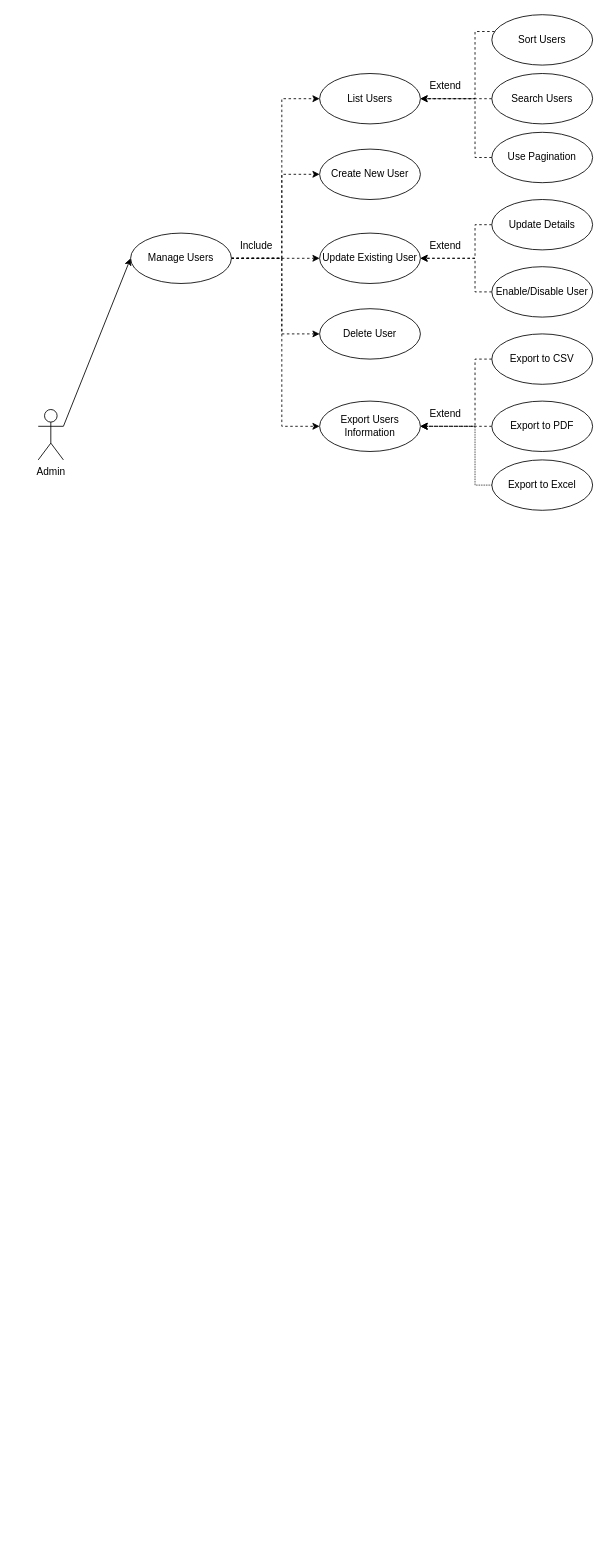
Earlier version of the draw.io diagram page "Admin" (2 of 3) of 03-Solution Design/02-Use Case, Classes, Database/Use Case.drawio (jiangchufeng/Conversion-Final-Project-Spring-Boot-Online-Shopping-Website). Source tidied: cells renumbered, new cells numbered last; positions are measured from the earlier drawing's top-left corner, leaving out a move shared by most shapes. Both pictures are drawn from the tidied source at 84%, with x=0, y=0 at pixel (38, 14).
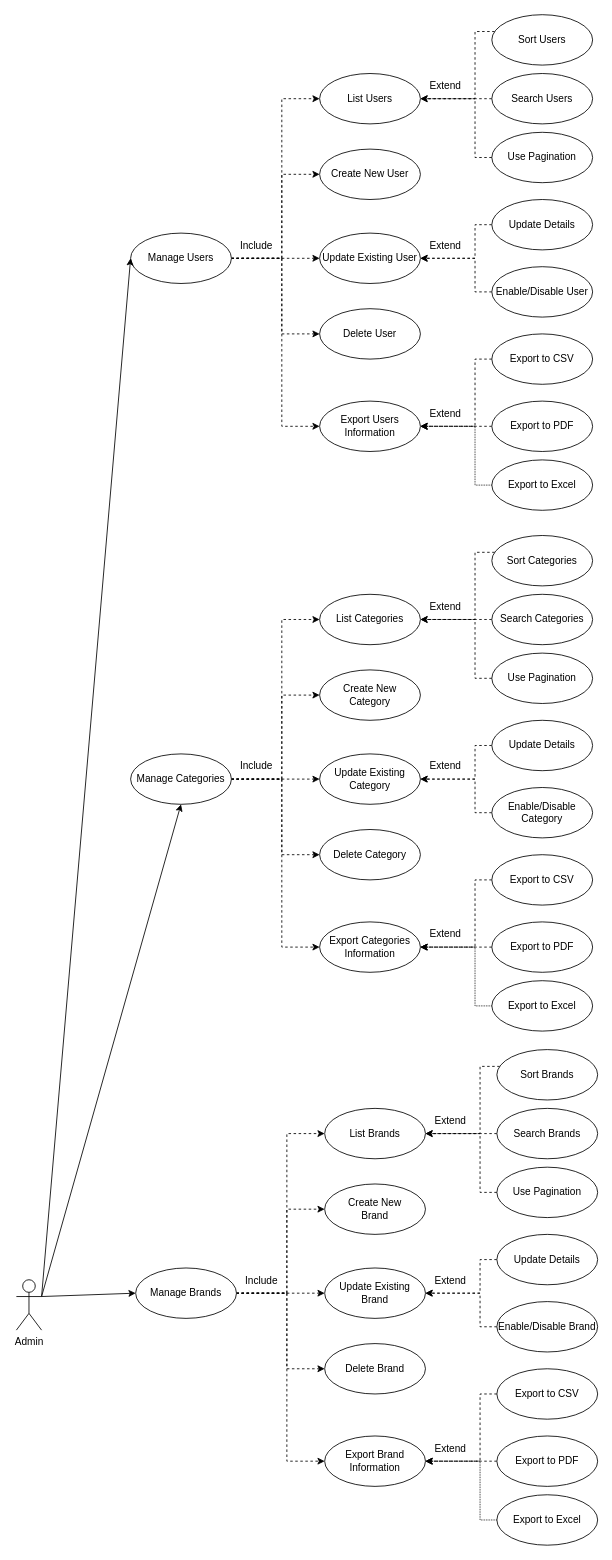
Above is the later version.

Change to the diagram source:
```diff
@@
     <mxCell id="2" value="Admin" style="shape=umlActor;html=1;verticalLabelPosition=bottom;verticalAlign=top;align=center;" parent="1" vertex="1">
-      <mxGeometry y="470" width="30" height="60" as="geometry" />
+      <mxGeometry x="-26" y="1506" width="30" height="60" as="geometry" />
     </mxCell>
@@
+    <mxCell id="35" style="edgeStyle=orthogonalEdgeStyle;rounded=0;jettySize=auto;html=1;entryX=0;entryY=0.5;entryDx=0;entryDy=0;dashed=1;" parent="1" edge="1" source="40" target="42">
+      <mxGeometry relative="1" as="geometry">
+        <Array as="points">
+          <mxPoint x="290" y="910" />
+          <mxPoint x="290" y="720" />
+        </Array>
+      </mxGeometry>
+    </mxCell>
+    <mxCell id="36" style="edgeStyle=orthogonalEdgeStyle;rounded=0;jettySize=auto;html=1;entryX=0;entryY=0.5;entryDx=0;entryDy=0;dashed=1;" parent="1" edge="1" source="40" target="48">
+      <mxGeometry relative="1" as="geometry">
+        <Array as="points">
+          <mxPoint x="290" y="910" />
+          <mxPoint x="290" y="810" />
+        </Array>
+      </mxGeometry>
+    </mxCell>
+    <mxCell id="37" style="edgeStyle=orthogonalEdgeStyle;rounded=0;jettySize=auto;html=1;entryX=0;entryY=0.5;entryDx=0;entryDy=0;dashed=1;" parent="1" edge="1" source="40" target="49">
+      <mxGeometry relative="1" as="geometry" />
+    </mxCell>
+    <mxCell id="38" style="edgeStyle=orthogonalEdgeStyle;rounded=0;jettySize=auto;html=1;entryX=0;entryY=0.5;entryDx=0;entryDy=0;dashed=1;" parent="1" edge="1" source="40" target="41">
+      <mxGeometry relative="1" as="geometry">
+        <Array as="points">
+          <mxPoint x="290" y="910" />
+          <mxPoint x="290" y="1000" />
+        </Array>
+      </mxGeometry>
+    </mxCell>
+    <mxCell id="39" style="edgeStyle=orthogonalEdgeStyle;rounded=0;jettySize=auto;html=1;entryX=0;entryY=0.5;entryDx=0;entryDy=0;dashed=1;" parent="1" edge="1" source="40" target="54">
+      <mxGeometry relative="1" as="geometry">
+        <Array as="points">
+          <mxPoint x="290" y="910" />
+          <mxPoint x="290" y="1110" />
+        </Array>
+      </mxGeometry>
+    </mxCell>
+    <mxCell id="40" value="Manage Categories" style="shape=ellipse;html=1;strokeWidth=1;fontStyle=0;whiteSpace=wrap;align=center;perimeter=ellipsePerimeter;" parent="1" vertex="1">
+      <mxGeometry x="110" y="880" width="120" height="60" as="geometry" />
+    </mxCell>
+    <mxCell id="41" value="&lt;div&gt;Delete Category&lt;/div&gt;" style="shape=ellipse;html=1;strokeWidth=1;fontStyle=0;whiteSpace=wrap;align=center;perimeter=ellipsePerimeter;" parent="1" vertex="1">
+      <mxGeometry x="335" y="970" width="120" height="60" as="geometry" />
+    </mxCell>
+    <mxCell id="42" value="&lt;div&gt;List Categories&lt;/div&gt;" style="shape=ellipse;html=1;strokeWidth=1;fontStyle=0;whiteSpace=wrap;align=center;perimeter=ellipsePerimeter;" parent="1" vertex="1">
+      <mxGeometry x="335" y="690" width="120" height="60" as="geometry" />
+    </mxCell>
+    <mxCell id="43" style="edgeStyle=orthogonalEdgeStyle;rounded=0;jettySize=auto;html=1;entryX=1;entryY=0.5;entryDx=0;entryDy=0;dashed=1;" parent="1" edge="1" source="44" target="42">
+      <mxGeometry relative="1" as="geometry">
+        <Array as="points">
+          <mxPoint x="520" y="640" />
+          <mxPoint x="520" y="720" />
+        </Array>
+      </mxGeometry>
+    </mxCell>
+    <mxCell id="44" value="&lt;div&gt;Sort Categories&lt;/div&gt;" style="shape=ellipse;html=1;strokeWidth=1;fontStyle=0;whiteSpace=wrap;align=center;perimeter=ellipsePerimeter;" parent="1" vertex="1">
+      <mxGeometry x="540" y="620" width="120" height="60" as="geometry" />
+    </mxCell>
+    <mxCell id="45" style="edgeStyle=orthogonalEdgeStyle;rounded=0;jettySize=auto;html=1;entryX=1;entryY=0.5;entryDx=0;entryDy=0;dashed=1;" parent="1" edge="1" source="46" target="42">
+      <mxGeometry relative="1" as="geometry" />
+    </mxCell>
+    <mxCell id="46" value="&lt;div&gt;Search Categories&lt;/div&gt;" style="shape=ellipse;html=1;strokeWidth=1;fontStyle=0;whiteSpace=wrap;align=center;perimeter=ellipsePerimeter;" parent="1" vertex="1">
+      <mxGeometry x="540" y="690" width="120" height="60" as="geometry" />
+    </mxCell>
+    <mxCell id="47" value="Use Pagination" style="shape=ellipse;html=1;strokeWidth=1;fontStyle=0;whiteSpace=wrap;align=center;perimeter=ellipsePerimeter;" parent="1" vertex="1">
+      <mxGeometry x="540" y="760" width="120" height="60" as="geometry" />
+    </mxCell>
+    <mxCell id="48" value="&lt;div&gt;Create New &lt;br&gt;&lt;/div&gt;&lt;div&gt;Category&lt;/div&gt;" style="shape=ellipse;html=1;strokeWidth=1;fontStyle=0;whiteSpace=wrap;align=center;perimeter=ellipsePerimeter;" parent="1" vertex="1">
+      <mxGeometry x="335" y="780" width="120" height="60" as="geometry" />
+    </mxCell>
+    <mxCell id="49" value="&lt;div&gt;Update Existing Category&lt;/div&gt;" style="shape=ellipse;html=1;strokeWidth=1;fontStyle=0;whiteSpace=wrap;align=center;perimeter=ellipsePerimeter;" parent="1" vertex="1">
+      <mxGeometry x="335" y="880" width="120" height="60" as="geometry" />
+    </mxCell>
+    <mxCell id="50" style="edgeStyle=orthogonalEdgeStyle;rounded=0;jettySize=auto;html=1;entryX=1;entryY=0.5;entryDx=0;entryDy=0;dashed=1;" parent="1" edge="1" source="51" target="49">
+      <mxGeometry relative="1" as="geometry">
+        <Array as="points">
+          <mxPoint x="520" y="870" />
+          <mxPoint x="520" y="910" />
+        </Array>
+      </mxGeometry>
+    </mxCell>
+    <mxCell id="51" value="Update Details" style="shape=ellipse;html=1;strokeWidth=1;fontStyle=0;whiteSpace=wrap;align=center;perimeter=ellipsePerimeter;" parent="1" vertex="1">
+      <mxGeometry x="540" y="840" width="120" height="60" as="geometry" />
+    </mxCell>
+    <mxCell id="52" style="edgeStyle=orthogonalEdgeStyle;rounded=0;jettySize=auto;html=1;entryX=1;entryY=0.5;entryDx=0;entryDy=0;dashed=1;" parent="1" edge="1" source="53" target="49">
+      <mxGeometry relative="1" as="geometry">
+        <Array as="points">
+          <mxPoint x="520" y="950" />
+          <mxPoint x="520" y="910" />
+        </Array>
+      </mxGeometry>
+    </mxCell>
+    <mxCell id="53" value="Enable/Disable Category" style="shape=ellipse;html=1;strokeWidth=1;fontStyle=0;whiteSpace=wrap;align=center;perimeter=ellipsePerimeter;" parent="1" vertex="1">
+      <mxGeometry x="540" y="920" width="120" height="60" as="geometry" />
+    </mxCell>
+    <mxCell id="54" value="Export Categories Information" style="shape=ellipse;html=1;strokeWidth=1;fontStyle=0;whiteSpace=wrap;align=center;perimeter=ellipsePerimeter;" parent="1" vertex="1">
+      <mxGeometry x="335" y="1080" width="120" height="60" as="geometry" />
+    </mxCell>
+    <mxCell id="55" style="edgeStyle=orthogonalEdgeStyle;rounded=0;jettySize=auto;html=1;entryX=1;entryY=0.5;entryDx=0;entryDy=0;dashed=1;" parent="1" edge="1" source="56" target="54">
+      <mxGeometry relative="1" as="geometry">
+        <Array as="points">
+          <mxPoint x="520" y="1030" />
+          <mxPoint x="520" y="1110" />
+        </Array>
+      </mxGeometry>
+    </mxCell>
+    <mxCell id="56" value="Export to CSV" style="shape=ellipse;html=1;strokeWidth=1;fontStyle=0;whiteSpace=wrap;align=center;perimeter=ellipsePerimeter;" parent="1" vertex="1">
+      <mxGeometry x="540" y="1000" width="120" height="60" as="geometry" />
+    </mxCell>
+    <mxCell id="57" style="edgeStyle=orthogonalEdgeStyle;rounded=0;jettySize=auto;html=1;entryX=1;entryY=0.5;entryDx=0;entryDy=0;dashed=1;" parent="1" edge="1" source="58" target="54">
+      <mxGeometry relative="1" as="geometry">
+        <Array as="points">
+          <mxPoint x="490" y="1110" />
+          <mxPoint x="490" y="1110" />
+        </Array>
+      </mxGeometry>
+    </mxCell>
+    <mxCell id="58" value="Export to PDF" style="shape=ellipse;html=1;strokeWidth=1;fontStyle=0;whiteSpace=wrap;align=center;perimeter=ellipsePerimeter;" parent="1" vertex="1">
+      <mxGeometry x="540" y="1080" width="120" height="60" as="geometry" />
+    </mxCell>
+    <mxCell id="59" style="edgeStyle=orthogonalEdgeStyle;rounded=0;jettySize=auto;html=1;entryX=1;entryY=0.5;entryDx=0;entryDy=0;dashed=1;dashPattern=1 1;" parent="1" edge="1" source="60" target="54">
+      <mxGeometry relative="1" as="geometry">
+        <Array as="points">
+          <mxPoint x="520" y="1180" />
+          <mxPoint x="520" y="1110" />
+        </Array>
+      </mxGeometry>
+    </mxCell>
+    <mxCell id="60" value="Export to Excel" style="shape=ellipse;html=1;strokeWidth=1;fontStyle=0;whiteSpace=wrap;align=center;perimeter=ellipsePerimeter;" parent="1" vertex="1">
+      <mxGeometry x="540" y="1150" width="120" height="60" as="geometry" />
+    </mxCell>
+    <mxCell id="61" value="Include" style="text;html=1;strokeColor=none;fillColor=none;align=center;verticalAlign=middle;whiteSpace=wrap;rounded=0;" parent="1" vertex="1">
+      <mxGeometry x="230" y="880" width="60" height="30" as="geometry" />
+    </mxCell>
+    <mxCell id="62" value="Extend" style="text;html=1;strokeColor=none;fillColor=none;align=center;verticalAlign=middle;whiteSpace=wrap;rounded=0;" parent="1" vertex="1">
+      <mxGeometry x="455" y="690" width="60" height="30" as="geometry" />
+    </mxCell>
+    <mxCell id="63" style="edgeStyle=orthogonalEdgeStyle;rounded=0;jettySize=auto;html=1;dashed=1;endArrow=none;" parent="1" edge="1" source="47">
+      <mxGeometry relative="1" as="geometry">
+        <mxPoint x="460" y="720" as="targetPoint" />
+        <Array as="points">
+          <mxPoint x="520" y="790" />
+          <mxPoint x="520" y="720" />
+        </Array>
+      </mxGeometry>
+    </mxCell>
+    <mxCell id="64" value="Extend" style="text;html=1;strokeColor=none;fillColor=none;align=center;verticalAlign=middle;whiteSpace=wrap;rounded=0;" parent="1" vertex="1">
+      <mxGeometry x="455" y="880" width="60" height="30" as="geometry" />
+    </mxCell>
+    <mxCell id="65" value="Extend" style="text;html=1;strokeColor=none;fillColor=none;align=center;verticalAlign=middle;whiteSpace=wrap;rounded=0;" parent="1" vertex="1">
+      <mxGeometry x="455" y="1080" width="60" height="30" as="geometry" />
+    </mxCell>
+    <mxCell id="66" style="edgeStyle=orthogonalEdgeStyle;rounded=0;jettySize=auto;html=1;entryX=0;entryY=0.5;entryDx=0;entryDy=0;dashed=1;" parent="1" edge="1" source="71" target="73">
+      <mxGeometry relative="1" as="geometry">
+        <Array as="points">
+          <mxPoint x="296" y="1522" />
+          <mxPoint x="296" y="1332" />
+        </Array>
+      </mxGeometry>
+    </mxCell>
+    <mxCell id="67" style="edgeStyle=orthogonalEdgeStyle;rounded=0;jettySize=auto;html=1;entryX=0;entryY=0.5;entryDx=0;entryDy=0;dashed=1;" parent="1" edge="1" source="71" target="79">
+      <mxGeometry relative="1" as="geometry">
+        <Array as="points">
+          <mxPoint x="296" y="1522" />
+          <mxPoint x="296" y="1422" />
+        </Array>
+      </mxGeometry>
+    </mxCell>
+    <mxCell id="68" style="edgeStyle=orthogonalEdgeStyle;rounded=0;jettySize=auto;html=1;entryX=0;entryY=0.5;entryDx=0;entryDy=0;dashed=1;" parent="1" edge="1" source="71" target="80">
+      <mxGeometry relative="1" as="geometry" />
+    </mxCell>
+    <mxCell id="69" style="edgeStyle=orthogonalEdgeStyle;rounded=0;jettySize=auto;html=1;entryX=0;entryY=0.5;entryDx=0;entryDy=0;dashed=1;" parent="1" edge="1" source="71" target="72">
+      <mxGeometry relative="1" as="geometry">
+        <Array as="points">
+          <mxPoint x="296" y="1522" />
+          <mxPoint x="296" y="1612" />
+        </Array>
+      </mxGeometry>
+    </mxCell>
+    <mxCell id="70" style="edgeStyle=orthogonalEdgeStyle;rounded=0;jettySize=auto;html=1;entryX=0;entryY=0.5;entryDx=0;entryDy=0;dashed=1;" parent="1" edge="1" source="71" target="85">
+      <mxGeometry relative="1" as="geometry">
+        <Array as="points">
+          <mxPoint x="296" y="1522" />
+          <mxPoint x="296" y="1722" />
+        </Array>
+      </mxGeometry>
+    </mxCell>
+    <mxCell id="71" value="Manage Brands" style="shape=ellipse;html=1;strokeWidth=1;fontStyle=0;whiteSpace=wrap;align=center;perimeter=ellipsePerimeter;" parent="1" vertex="1">
+      <mxGeometry x="116" y="1492" width="120" height="60" as="geometry" />
+    </mxCell>
+    <mxCell id="72" value="&lt;div&gt;Delete Brand&lt;/div&gt;" style="shape=ellipse;html=1;strokeWidth=1;fontStyle=0;whiteSpace=wrap;align=center;perimeter=ellipsePerimeter;" parent="1" vertex="1">
+      <mxGeometry x="341" y="1582" width="120" height="60" as="geometry" />
+    </mxCell>
+    <mxCell id="73" value="&lt;div&gt;List Brands&lt;/div&gt;" style="shape=ellipse;html=1;strokeWidth=1;fontStyle=0;whiteSpace=wrap;align=center;perimeter=ellipsePerimeter;" parent="1" vertex="1">
+      <mxGeometry x="341" y="1302" width="120" height="60" as="geometry" />
+    </mxCell>
+    <mxCell id="74" style="edgeStyle=orthogonalEdgeStyle;rounded=0;jettySize=auto;html=1;entryX=1;entryY=0.5;entryDx=0;entryDy=0;dashed=1;" parent="1" edge="1" source="75" target="73">
+      <mxGeometry relative="1" as="geometry">
+        <Array as="points">
+          <mxPoint x="526" y="1252" />
+          <mxPoint x="526" y="1332" />
+        </Array>
+      </mxGeometry>
+    </mxCell>
+    <mxCell id="75" value="&lt;div&gt;Sort Brands&lt;/div&gt;" style="shape=ellipse;html=1;strokeWidth=1;fontStyle=0;whiteSpace=wrap;align=center;perimeter=ellipsePerimeter;" parent="1" vertex="1">
+      <mxGeometry x="546" y="1232" width="120" height="60" as="geometry" />
+    </mxCell>
+    <mxCell id="76" style="edgeStyle=orthogonalEdgeStyle;rounded=0;jettySize=auto;html=1;entryX=1;entryY=0.5;entryDx=0;entryDy=0;dashed=1;" parent="1" edge="1" source="77" target="73">
+      <mxGeometry relative="1" as="geometry" />
+    </mxCell>
+    <mxCell id="77" value="&lt;div&gt;Search Brands&lt;/div&gt;" style="shape=ellipse;html=1;strokeWidth=1;fontStyle=0;whiteSpace=wrap;align=center;perimeter=ellipsePerimeter;" parent="1" vertex="1">
+      <mxGeometry x="546" y="1302" width="120" height="60" as="geometry" />
+    </mxCell>
+    <mxCell id="78" value="Use Pagination" style="shape=ellipse;html=1;strokeWidth=1;fontStyle=0;whiteSpace=wrap;align=center;perimeter=ellipsePerimeter;" parent="1" vertex="1">
+      <mxGeometry x="546" y="1372" width="120" height="60" as="geometry" />
+    </mxCell>
+    <mxCell id="79" value="&lt;div&gt;Create New &lt;br&gt;&lt;/div&gt;&lt;div&gt;Brand&lt;/div&gt;" style="shape=ellipse;html=1;strokeWidth=1;fontStyle=0;whiteSpace=wrap;align=center;perimeter=ellipsePerimeter;" parent="1" vertex="1">
+      <mxGeometry x="341" y="1392" width="120" height="60" as="geometry" />
+    </mxCell>
+    <mxCell id="80" value="&lt;div&gt;Update Existing Brand&lt;/div&gt;" style="shape=ellipse;html=1;strokeWidth=1;fontStyle=0;whiteSpace=wrap;align=center;perimeter=ellipsePerimeter;" parent="1" vertex="1">
+      <mxGeometry x="341" y="1492" width="120" height="60" as="geometry" />
+    </mxCell>
+    <mxCell id="81" style="edgeStyle=orthogonalEdgeStyle;rounded=0;jettySize=auto;html=1;entryX=1;entryY=0.5;entryDx=0;entryDy=0;dashed=1;" parent="1" edge="1" source="82" target="80">
+      <mxGeometry relative="1" as="geometry">
+        <Array as="points">
+          <mxPoint x="526" y="1482" />
+          <mxPoint x="526" y="1522" />
+        </Array>
+      </mxGeometry>
+    </mxCell>
+    <mxCell id="82" value="Update Details" style="shape=ellipse;html=1;strokeWidth=1;fontStyle=0;whiteSpace=wrap;align=center;perimeter=ellipsePerimeter;" parent="1" vertex="1">
+      <mxGeometry x="546" y="1452" width="120" height="60" as="geometry" />
+    </mxCell>
+    <mxCell id="83" style="edgeStyle=orthogonalEdgeStyle;rounded=0;jettySize=auto;html=1;entryX=1;entryY=0.5;entryDx=0;entryDy=0;dashed=1;" parent="1" edge="1" source="84" target="80">
+      <mxGeometry relative="1" as="geometry">
+        <Array as="points">
+          <mxPoint x="526" y="1562" />
+          <mxPoint x="526" y="1522" />
+        </Array>
+      </mxGeometry>
+    </mxCell>
+    <mxCell id="84" value="Enable/Disable Brand" style="shape=ellipse;html=1;strokeWidth=1;fontStyle=0;whiteSpace=wrap;align=center;perimeter=ellipsePerimeter;" parent="1" vertex="1">
+      <mxGeometry x="546" y="1532" width="120" height="60" as="geometry" />
+    </mxCell>
+    <mxCell id="85" value="Export Brand Information" style="shape=ellipse;html=1;strokeWidth=1;fontStyle=0;whiteSpace=wrap;align=center;perimeter=ellipsePerimeter;" parent="1" vertex="1">
+      <mxGeometry x="341" y="1692" width="120" height="60" as="geometry" />
+    </mxCell>
+    <mxCell id="86" style="edgeStyle=orthogonalEdgeStyle;rounded=0;jettySize=auto;html=1;entryX=1;entryY=0.5;entryDx=0;entryDy=0;dashed=1;" parent="1" edge="1" source="87" target="85">
+      <mxGeometry relative="1" as="geometry">
+        <Array as="points">
+          <mxPoint x="526" y="1642" />
+          <mxPoint x="526" y="1722" />
+        </Array>
+      </mxGeometry>
+    </mxCell>
+    <mxCell id="87" value="Export to CSV" style="shape=ellipse;html=1;strokeWidth=1;fontStyle=0;whiteSpace=wrap;align=center;perimeter=ellipsePerimeter;" parent="1" vertex="1">
+      <mxGeometry x="546" y="1612" width="120" height="60" as="geometry" />
+    </mxCell>
+    <mxCell id="88" style="edgeStyle=orthogonalEdgeStyle;rounded=0;jettySize=auto;html=1;entryX=1;entryY=0.5;entryDx=0;entryDy=0;dashed=1;" parent="1" edge="1" source="89" target="85">
+      <mxGeometry relative="1" as="geometry">
+        <Array as="points">
+          <mxPoint x="496" y="1722" />
+          <mxPoint x="496" y="1722" />
+        </Array>
+      </mxGeometry>
+    </mxCell>
+    <mxCell id="89" value="Export to PDF" style="shape=ellipse;html=1;strokeWidth=1;fontStyle=0;whiteSpace=wrap;align=center;perimeter=ellipsePerimeter;" parent="1" vertex="1">
+      <mxGeometry x="546" y="1692" width="120" height="60" as="geometry" />
+    </mxCell>
+    <mxCell id="90" style="edgeStyle=orthogonalEdgeStyle;rounded=0;jettySize=auto;html=1;entryX=1;entryY=0.5;entryDx=0;entryDy=0;dashed=1;dashPattern=1 1;" parent="1" edge="1" source="91" target="85">
+      <mxGeometry relative="1" as="geometry">
+        <Array as="points">
+          <mxPoint x="526" y="1792" />
+          <mxPoint x="526" y="1722" />
+        </Array>
+      </mxGeometry>
+    </mxCell>
+    <mxCell id="91" value="Export to Excel" style="shape=ellipse;html=1;strokeWidth=1;fontStyle=0;whiteSpace=wrap;align=center;perimeter=ellipsePerimeter;" parent="1" vertex="1">
+      <mxGeometry x="546" y="1762" width="120" height="60" as="geometry" />
+    </mxCell>
+    <mxCell id="92" value="Include" style="text;html=1;strokeColor=none;fillColor=none;align=center;verticalAlign=middle;whiteSpace=wrap;rounded=0;" parent="1" vertex="1">
+      <mxGeometry x="236" y="1492" width="60" height="30" as="geometry" />
+    </mxCell>
+    <mxCell id="93" value="Extend" style="text;html=1;strokeColor=none;fillColor=none;align=center;verticalAlign=middle;whiteSpace=wrap;rounded=0;" parent="1" vertex="1">
+      <mxGeometry x="461" y="1302" width="60" height="30" as="geometry" />
+    </mxCell>
+    <mxCell id="94" style="edgeStyle=orthogonalEdgeStyle;rounded=0;jettySize=auto;html=1;dashed=1;endArrow=none;" parent="1" edge="1" source="78">
+      <mxGeometry relative="1" as="geometry">
+        <mxPoint x="466" y="1332" as="targetPoint" />
+        <Array as="points">
+          <mxPoint x="526" y="1402" />
+          <mxPoint x="526" y="1332" />
+        </Array>
+      </mxGeometry>
+    </mxCell>
+    <mxCell id="95" value="Extend" style="text;html=1;strokeColor=none;fillColor=none;align=center;verticalAlign=middle;whiteSpace=wrap;rounded=0;" parent="1" vertex="1">
+      <mxGeometry x="461" y="1492" width="60" height="30" as="geometry" />
+    </mxCell>
+    <mxCell id="96" value="Extend" style="text;html=1;strokeColor=none;fillColor=none;align=center;verticalAlign=middle;whiteSpace=wrap;rounded=0;" parent="1" vertex="1">
+      <mxGeometry x="461" y="1692" width="60" height="30" as="geometry" />
+    </mxCell>
+    <mxCell id="97" style="endArrow=classic;html=1;rounded=0;exitX=1;exitY=0.3333333333333333;exitDx=0;exitDy=0;exitPerimeter=0;entryX=0.5;entryY=1;entryDx=0;entryDy=0;" parent="1" edge="1" source="2" target="40">
+      <mxGeometry relative="1" as="geometry" />
+    </mxCell>
+    <mxCell id="98" style="endArrow=classic;html=1;rounded=0;exitX=1;exitY=0.3333333333333333;exitDx=0;exitDy=0;exitPerimeter=0;entryX=0;entryY=0.5;entryDx=0;entryDy=0;" parent="1" edge="1" source="2" target="71">
+      <mxGeometry relative="1" as="geometry" />
+    </mxCell>
```
